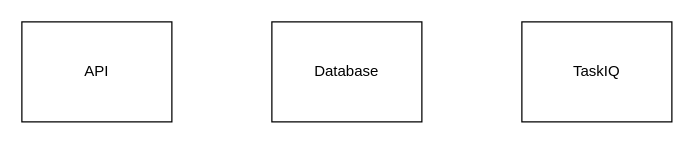
Earlier version of the draw.io diagram docs/arc.drawio (mauriciobenjamin700/taskiq-learning). Source tidied: cells renumbered, new cells numbered last; positions are measured from the earlier drawing's top-left corner, leaving out a move shared by most shapes. Both pictures are drawn from the tidied source at 125%, with x=0, y=0 at pixel (21, 21).
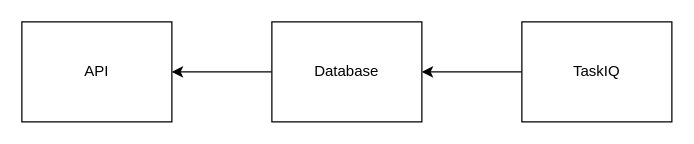
Above is the later version.

The edit, as a diff of the source:
```diff
@@
 <mxGraphModel>
   <root>
     <mxCell id="0" />
     <mxCell id="1" parent="0" />
     <mxCell id="2" value="API" style="html=1;whiteSpace=wrap;" parent="1" vertex="1">
       <mxGeometry width="120" height="80" as="geometry" />
     </mxCell>
+    <mxCell id="5" style="edgeStyle=none;html=1;" parent="1" edge="1" source="3" target="2">
+      <mxGeometry relative="1" as="geometry" />
+    </mxCell>
     <mxCell id="3" value="Database" style="html=1;whiteSpace=wrap;" parent="1" vertex="1">
       <mxGeometry x="200" width="120" height="80" as="geometry" />
     </mxCell>
+    <mxCell id="6" style="edgeStyle=none;html=1;" parent="1" edge="1" source="4" target="3">
+      <mxGeometry relative="1" as="geometry" />
+    </mxCell>
     <mxCell id="4" value="TaskIQ" style="html=1;whiteSpace=wrap;" parent="1" vertex="1">
       <mxGeometry x="400" width="120" height="80" as="geometry" />
     </mxCell>
   </root>
 </mxGraphModel>
```
